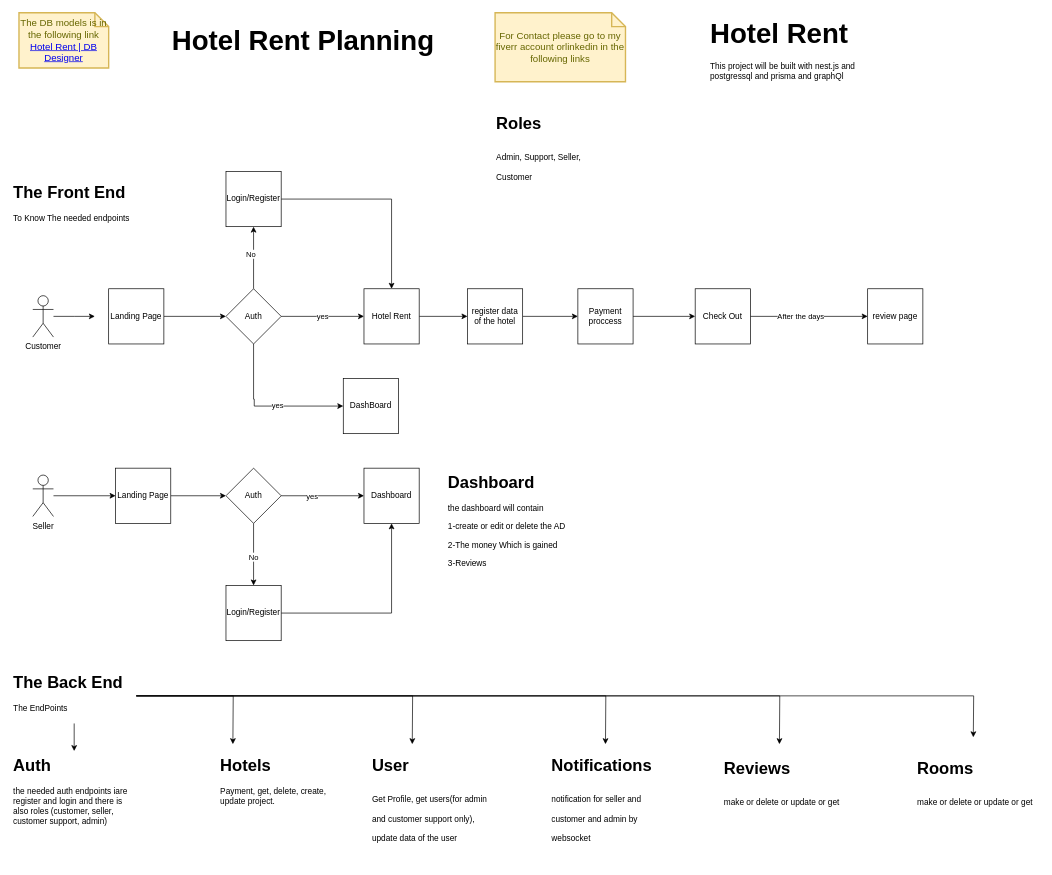
This is FlowChart.drawio from OmarAboelnaga121/Hotel-Rent, a draw.io file, before an edit. Source tidied: cells renumbered, new cells numbered last; positions are measured from the earlier drawing's top-left corner, leaving out a move shared by most shapes. Both pictures are drawn from the tidied source at 69%, with x=0, y=0 at pixel (12, 12).
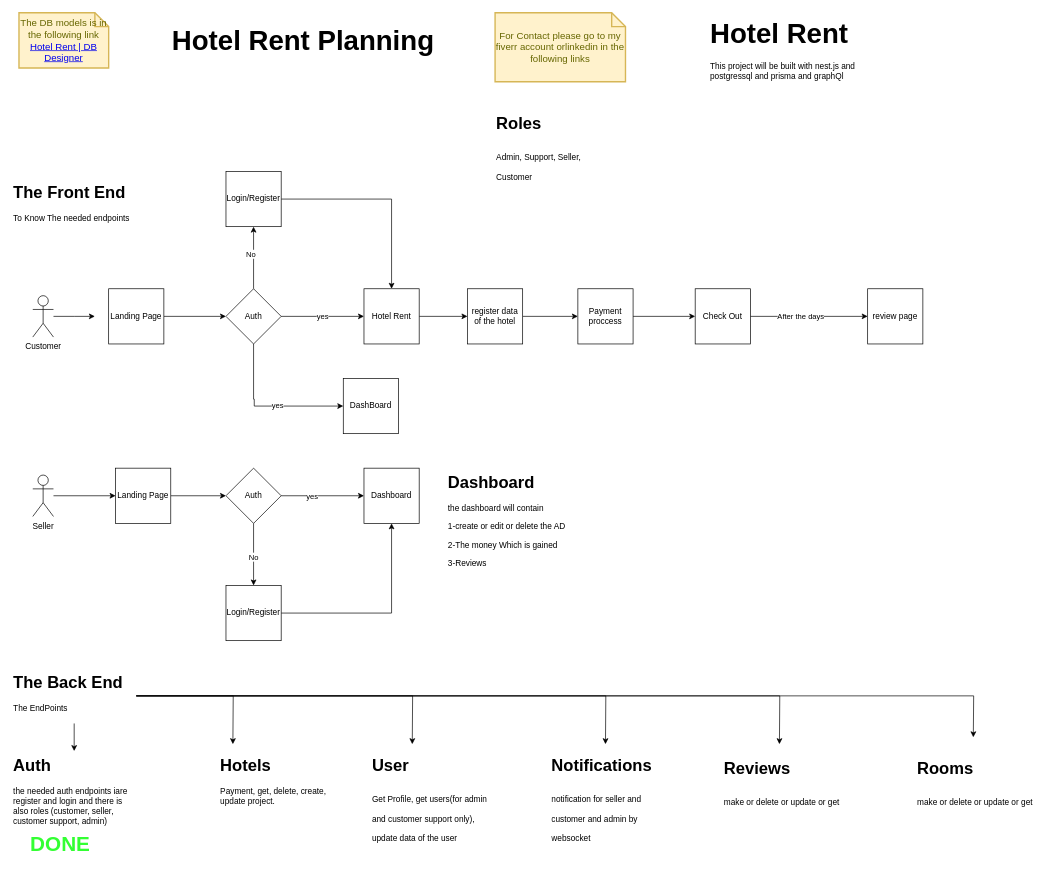
The same diagram, later.

What changed in the source:
```diff
@@
+    <mxCell id="58" value="&lt;font style=&quot;color: rgb(51, 255, 51);&quot;&gt;DONE&lt;/font&gt;" style="text;html=1;align=center;verticalAlign=middle;whiteSpace=wrap;rounded=0;fontStyle=1;fontSize=30;" parent="1" vertex="1">
+      <mxGeometry x="40" y="1190" width="60" height="30" as="geometry" />
+    </mxCell>
```
